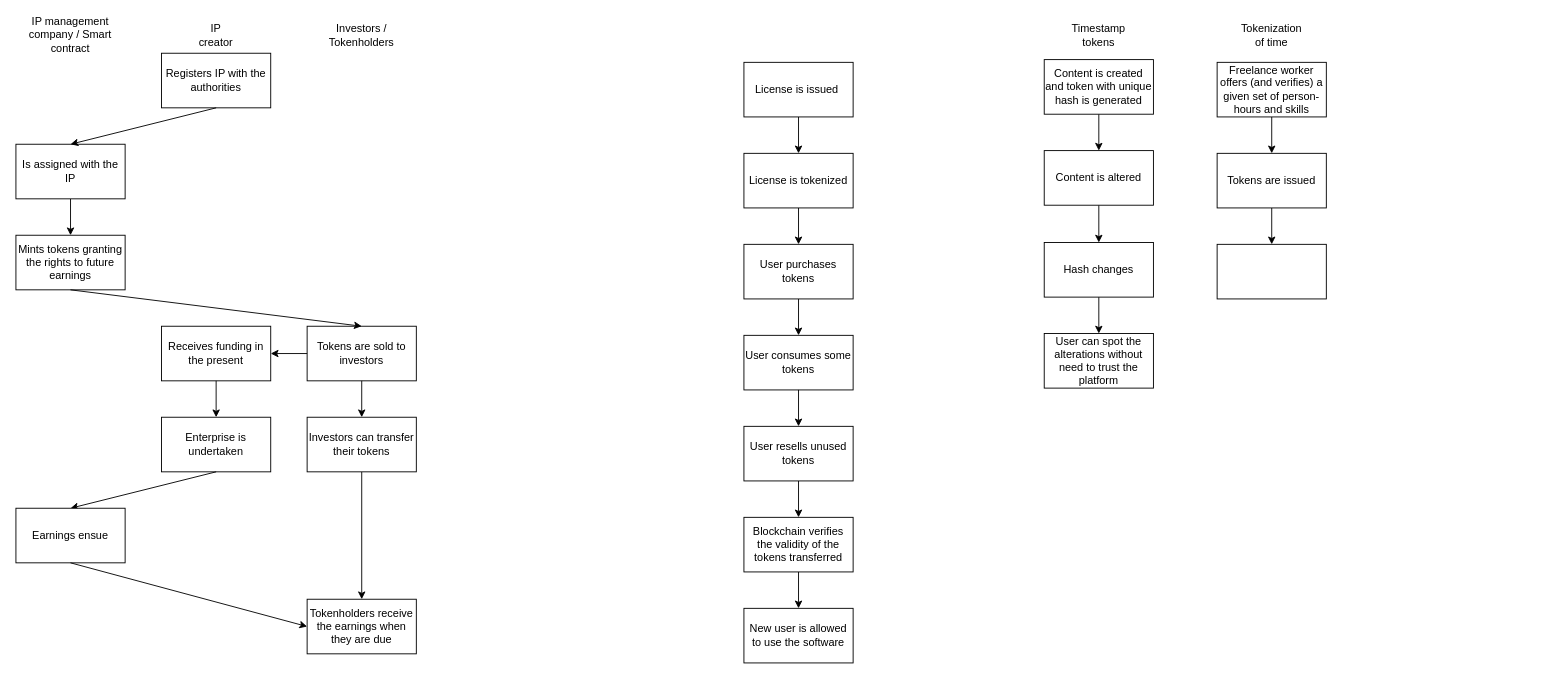
Earlier version of the draw.io diagram Enterprise blockchains.drawio (juan22xT/TEA). Source tidied: cells renumbered, new cells numbered last; positions are measured from the earlier drawing's top-left corner, leaving out a move shared by most shapes. Both pictures are drawn from the tidied source at 91%, with x=0, y=0 at pixel (15, 25).
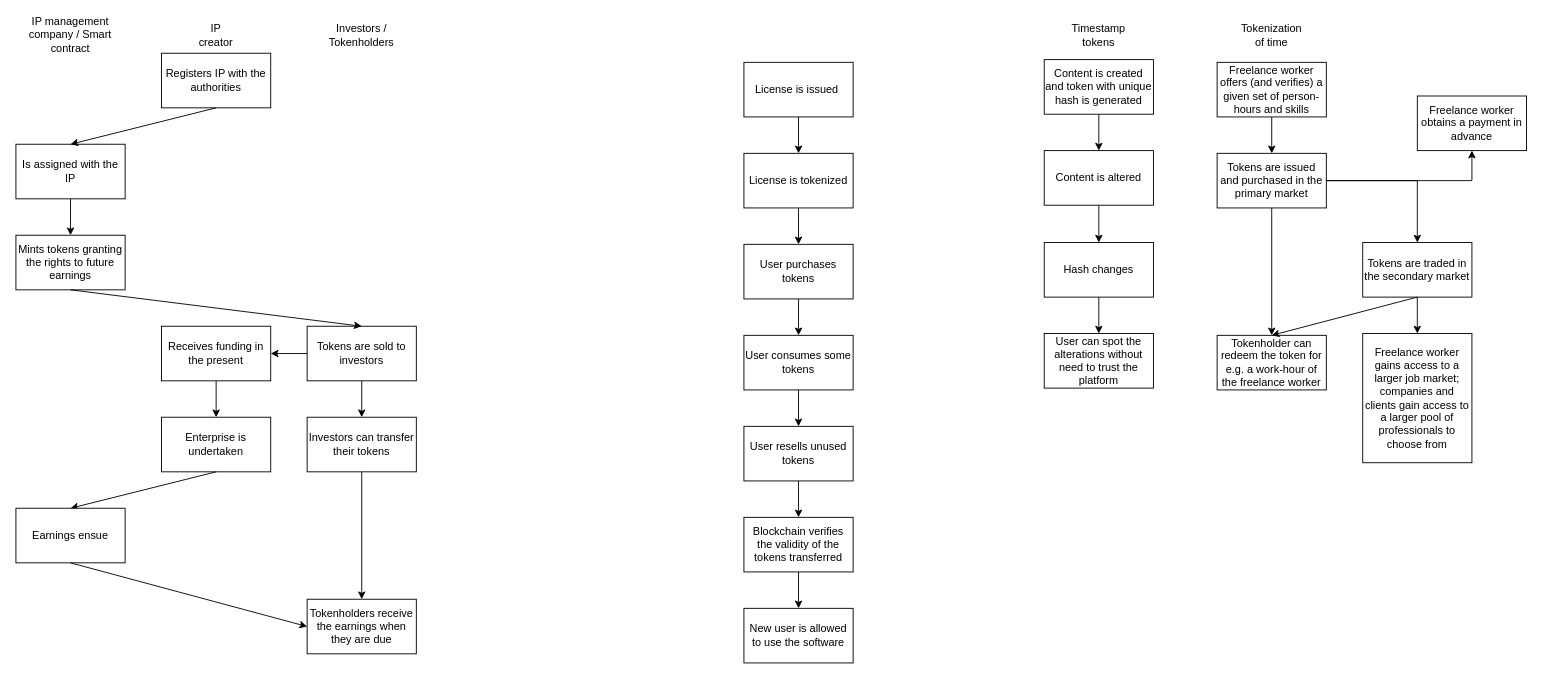
Above is the later version.

What changed in the source:
```diff
@@
+    <mxCell id="50" style="edgeStyle=orthogonalEdgeStyle;rounded=0;jettySize=auto;html=1;" parent="1" edge="1" source="48" target="52">
+      <mxGeometry relative="1" as="geometry" />
+    </mxCell>
-    <mxCell id="48" value="Tokens are issued" style="rounded=0;whiteSpace=wrap;html=1;" parent="1" vertex="1">
+    <mxCell id="48" value="&lt;span&gt;Tokens are issued and purchased in the primary market&lt;/span&gt;" style="rounded=0;whiteSpace=wrap;html=1;" parent="1" vertex="1">
       <mxGeometry x="1320" y="140" width="120" height="60" as="geometry" />
     </mxCell>
+    <mxCell id="51" style="edgeStyle=orthogonalEdgeStyle;rounded=0;jettySize=auto;html=1;" parent="1" edge="1" source="49" target="56">
+      <mxGeometry relative="1" as="geometry" />
+    </mxCell>
-    <mxCell id="49" style="rounded=0;whiteSpace=wrap;html=1;" parent="1" vertex="1">
-      <mxGeometry x="1320" y="240" width="120" height="60" as="geometry" />
+    <mxCell id="49" value="Tokens are traded in the secondary market" style="rounded=0;whiteSpace=wrap;html=1;" parent="1" vertex="1">
+      <mxGeometry x="1480" y="238" width="120" height="60" as="geometry" />
     </mxCell>
+    <mxCell id="52" value="&lt;span&gt;Tokenholder can redeem the token for e.g. a work-hour of the freelance worker&lt;/span&gt;" style="rounded=0;whiteSpace=wrap;html=1;" parent="1" vertex="1">
+      <mxGeometry x="1320" y="340" width="120" height="60" as="geometry" />
+    </mxCell>
+    <mxCell id="53" style="endArrow=classic;html=1;exitX=0.5;exitY=1;exitDx=0;exitDy=0;entryX=0.5;entryY=0;entryDx=0;entryDy=0;" parent="1" edge="1" source="49" target="52">
+      <mxGeometry relative="1" as="geometry" />
+    </mxCell>
+    <mxCell id="54" value="Freelance worker obtains a payment in advance" style="rounded=0;whiteSpace=wrap;html=1;" parent="1" vertex="1">
+      <mxGeometry x="1540" y="77" width="120" height="60" as="geometry" />
+    </mxCell>
+    <mxCell id="55" style="edgeStyle=orthogonalEdgeStyle;rounded=0;jettySize=auto;html=1;" parent="1" edge="1" source="48" target="54">
+      <mxGeometry relative="1" as="geometry" />
+    </mxCell>
+    <mxCell id="56" value="Freelance worker gains access to a larger job market; companies and clients gain access to a larger pool of professionals to choose from" style="rounded=0;whiteSpace=wrap;html=1;" parent="1" vertex="1">
+      <mxGeometry x="1480" y="338" width="120" height="142" as="geometry" />
+    </mxCell>
```
